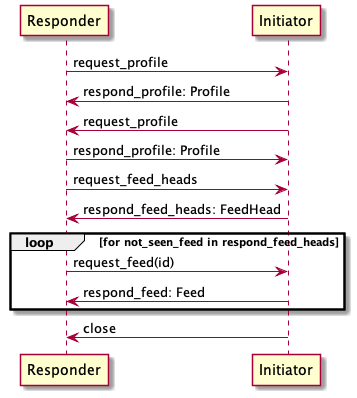
The PlantUML diagram out/pipe_messaging/Pipe Messaging Protocol.png in pipe-network/protocol, before a commit. Its diagram source:
```plantuml
@startuml "Pipe Messaging Protocol"

participant Responder as responder
participant Initiator as initiator

responder -> initiator: request_profile
initiator -> responder: respond_profile: Profile

initiator -> responder: request_profile
responder -> initiator: respond_profile: Profile

responder -> initiator: request_feed_heads
initiator -> responder: respond_feed_heads: FeedHead

loop for not_seen_feed in respond_feed_heads
  responder -> initiator: request_feed(id)
  initiator -> responder: respond_feed: Feed
end

initiator -> responder: close

@enduml
```
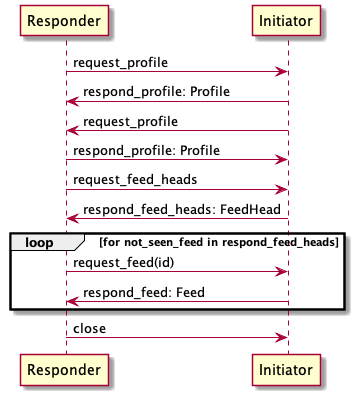
The same file after the commit.

Commit message:
Adapt protocol and readme

The edit, as a diff of the source:
```diff
@@ -17,6 +17,6 @@
   initiator -> responder: respond_feed: Feed
 end
 
-initiator -> responder: close
+responder -> initiator: close
 
 @enduml
```
